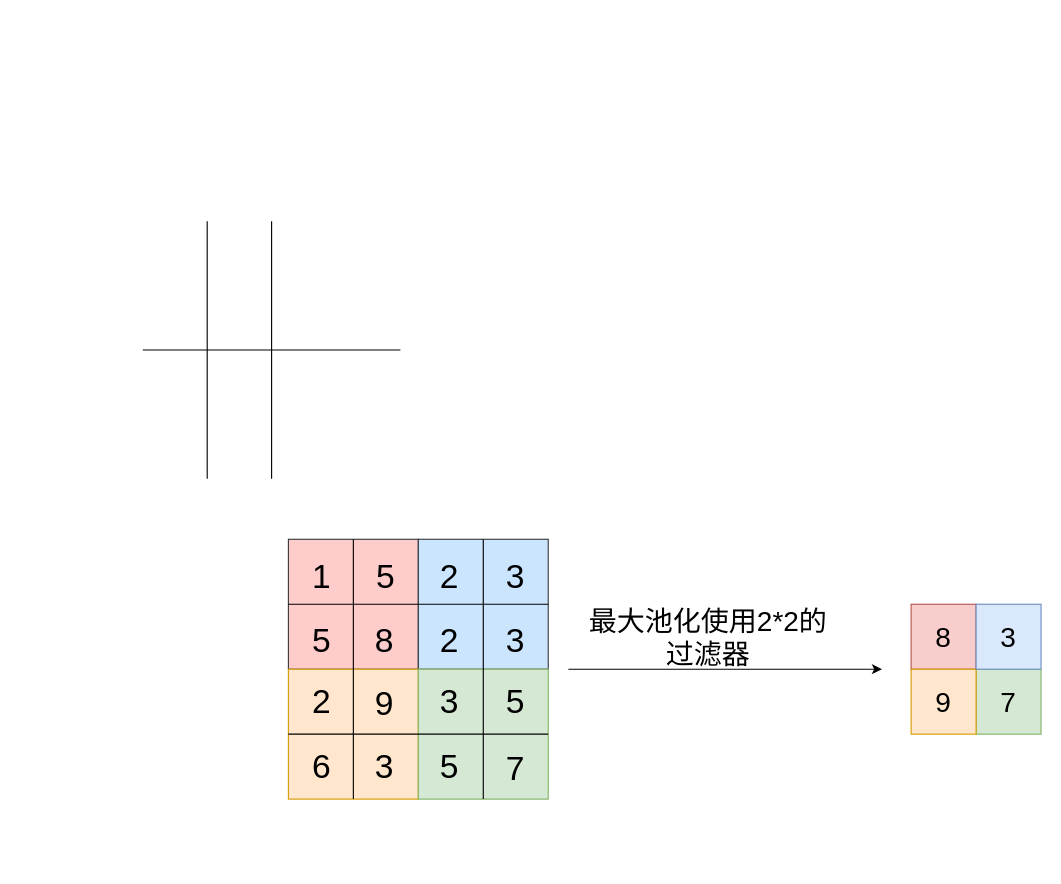
The draw.io diagram 池化.drawio in ByronGe/ff, before the edit. Source tidied: cells renumbered, new cells numbered last; positions are measured from the earlier drawing's top-left corner, leaving out a move shared by most shapes. Both pictures are drawn from the tidied source at 112%, with x=0, y=0 at pixel (142, 221).
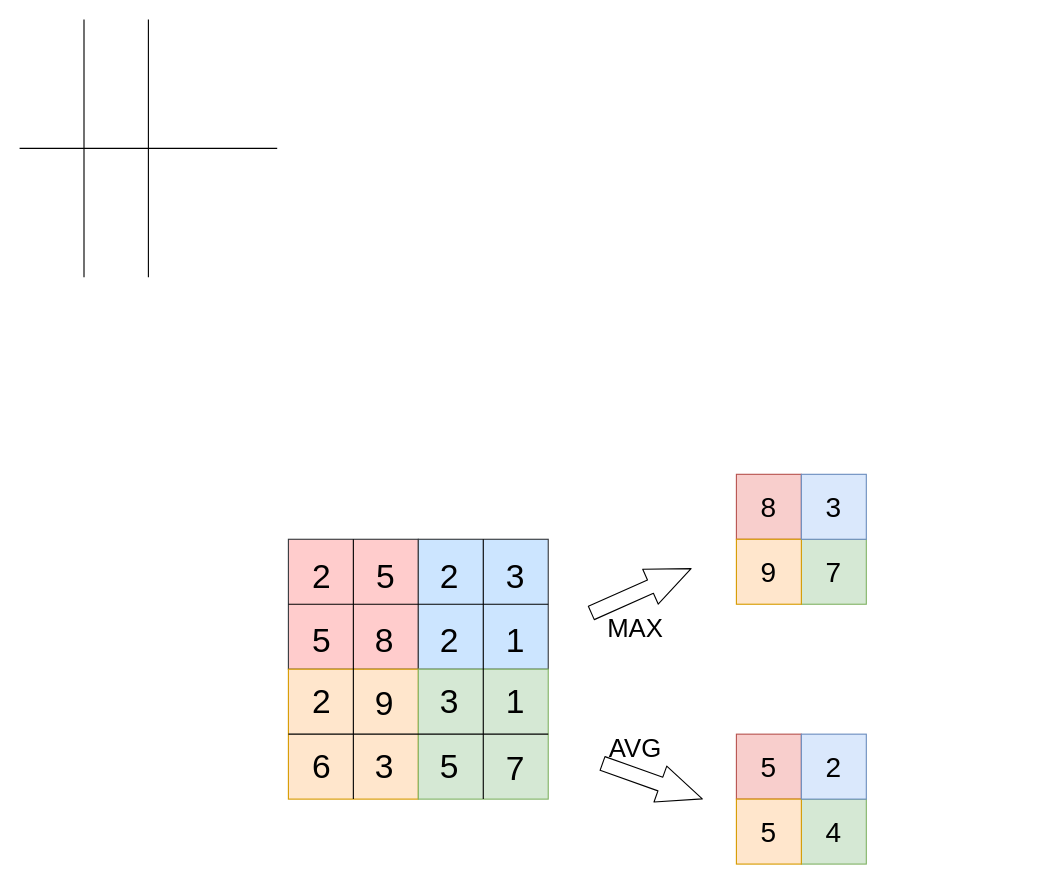
The same diagram, later.

What changed in the source:
```diff
@@
     <mxCell id="2" style="endArrow=none;html=1;exitX=0;exitY=0.5;exitDx=0;exitDy=0;entryX=1;entryY=0.5;entryDx=0;entryDy=0;" parent="1" edge="1">
       <mxGeometry relative="1" as="geometry">
-        <mxPoint y="115" as="sourcePoint" />
-        <mxPoint x="230" y="115" as="targetPoint" />
+        <mxPoint x="-110" y="-65" as="sourcePoint" />
+        <mxPoint x="120" y="-65" as="targetPoint" />
       </mxGeometry>
     </mxCell>
     <mxCell id="3" style="endArrow=none;html=1;exitX=0.5;exitY=0;exitDx=0;exitDy=0;entryX=0.5;entryY=1;entryDx=0;entryDy=0;" parent="1" edge="1">
       <mxGeometry relative="1" as="geometry">
-        <mxPoint x="115" as="sourcePoint" />
-        <mxPoint x="115" y="230" as="targetPoint" />
+        <mxPoint x="5" y="-180" as="sourcePoint" />
+        <mxPoint x="5" y="50" as="targetPoint" />
       </mxGeometry>
     </mxCell>
     <mxCell id="4" style="endArrow=none;html=1;entryX=0.25;entryY=1;entryDx=0;entryDy=0;exitX=0.25;exitY=0;exitDx=0;exitDy=0;" parent="1" edge="1">
       <mxGeometry relative="1" as="geometry">
-        <mxPoint x="57.5" as="sourcePoint" />
-        <mxPoint x="57.5" y="230" as="targetPoint" />
+        <mxPoint x="-52.5" y="-180" as="sourcePoint" />
+        <mxPoint x="-52.5" y="50" as="targetPoint" />
       </mxGeometry>
     </mxCell>
@@
     <mxCell id="13" value="8" style="whiteSpace=wrap;html=1;fillColor=#f8cecc;strokeColor=#b85450;fontSize=25;" parent="1" vertex="1">
-      <mxGeometry x="686" y="342" width="58" height="58" as="geometry" />
+      <mxGeometry x="530" y="226" width="58" height="58" as="geometry" />
     </mxCell>
     <mxCell id="14" value="7" style="whiteSpace=wrap;html=1;fillColor=#d5e8d4;strokeColor=#82b366;fontSize=25;" parent="1" vertex="1">
-      <mxGeometry x="744" y="400" width="58" height="58" as="geometry" />
+      <mxGeometry x="588" y="284" width="58" height="58" as="geometry" />
     </mxCell>
     <mxCell id="15" value="9" style="whiteSpace=wrap;html=1;fillColor=#ffe6cc;strokeColor=#d79b00;fontSize=25;" parent="1" vertex="1">
-      <mxGeometry x="686" y="400" width="58" height="58" as="geometry" />
+      <mxGeometry x="530" y="284" width="58" height="58" as="geometry" />
     </mxCell>
     <mxCell id="16" value="3" style="whiteSpace=wrap;html=1;fillColor=#dae8fc;strokeColor=#6c8ebf;fontSize=25;" parent="1" vertex="1">
-      <mxGeometry x="744" y="342" width="58" height="58" as="geometry" />
+      <mxGeometry x="588" y="226" width="58" height="58" as="geometry" />
     </mxCell>
-    <mxCell id="17" value="&lt;font style=&quot;font-size: 30px&quot;&gt;1&lt;/font&gt;" style="text;html=1;strokeColor=none;fillColor=none;align=center;verticalAlign=middle;whiteSpace=wrap;rounded=0;" parent="1" vertex="1">
+    <mxCell id="17" value="&lt;font style=&quot;font-size: 30px&quot;&gt;2&lt;/font&gt;" style="text;html=1;strokeColor=none;fillColor=none;align=center;verticalAlign=middle;whiteSpace=wrap;rounded=0;" parent="1" vertex="1">
       <mxGeometry x="140" y="300" width="40" height="34" as="geometry" />
     </mxCell>
@@
-    <mxCell id="27" value="&lt;font style=&quot;font-size: 30px&quot;&gt;5&lt;/font&gt;" style="text;html=1;strokeColor=none;fillColor=none;align=center;verticalAlign=middle;whiteSpace=wrap;rounded=0;" parent="1" vertex="1">
+    <mxCell id="27" value="&lt;font style=&quot;font-size: 30px&quot;&gt;1&lt;/font&gt;" style="text;html=1;strokeColor=none;fillColor=none;align=center;verticalAlign=middle;whiteSpace=wrap;rounded=0;" parent="1" vertex="1">
       <mxGeometry x="313" y="412" width="40" height="34" as="geometry" />
     </mxCell>
@@
-    <mxCell id="32" value="&lt;font style=&quot;font-size: 30px&quot;&gt;3&lt;/font&gt;" style="text;html=1;strokeColor=none;fillColor=none;align=center;verticalAlign=middle;whiteSpace=wrap;rounded=0;" parent="1" vertex="1">
+    <mxCell id="32" value="&lt;font style=&quot;font-size: 30px&quot;&gt;1&lt;/font&gt;" style="text;html=1;strokeColor=none;fillColor=none;align=center;verticalAlign=middle;whiteSpace=wrap;rounded=0;" parent="1" vertex="1">
       <mxGeometry x="313" y="357" width="40" height="34" as="geometry" />
     </mxCell>
-    <mxCell id="33" style="endArrow=classic;html=1;fontSize=25;" parent="1" edge="1">
-      <mxGeometry relative="1" as="geometry">
-        <mxPoint x="380" y="400" as="sourcePoint" />
-        <mxPoint x="660" y="400" as="targetPoint" />
-      </mxGeometry>
-    </mxCell>
-    <mxCell id="34" value="最大池化使用2*2的&lt;br&gt;过滤器" style="text;html=1;strokeColor=none;fillColor=none;align=center;verticalAlign=middle;whiteSpace=wrap;rounded=0;fontSize=25;" parent="1" vertex="1">
-      <mxGeometry x="370" y="363" width="270" height="16" as="geometry" />
-    </mxCell>
-    <mxCell id="35" style="edgeStyle=orthogonalEdgeStyle;rounded=0;orthogonalLoop=1;jettySize=auto;html=1;exitX=0.5;exitY=1;exitDx=0;exitDy=0;fontSize=25;" parent="1" edge="1" source="34" target="34">
-      <mxGeometry relative="1" as="geometry" />
-    </mxCell>
+    <mxCell id="36" value="5" style="whiteSpace=wrap;html=1;fillColor=#f8cecc;strokeColor=#b85450;fontSize=25;" parent="1" vertex="1">
+      <mxGeometry x="530" y="458" width="58" height="58" as="geometry" />
+    </mxCell>
+    <mxCell id="37" value="4" style="whiteSpace=wrap;html=1;fillColor=#d5e8d4;strokeColor=#82b366;fontSize=25;" parent="1" vertex="1">
+      <mxGeometry x="588" y="516" width="58" height="58" as="geometry" />
+    </mxCell>
+    <mxCell id="38" value="5" style="whiteSpace=wrap;html=1;fillColor=#ffe6cc;strokeColor=#d79b00;fontSize=25;" parent="1" vertex="1">
+      <mxGeometry x="530" y="516" width="58" height="58" as="geometry" />
+    </mxCell>
+    <mxCell id="39" value="2" style="whiteSpace=wrap;html=1;fillColor=#dae8fc;strokeColor=#6c8ebf;fontSize=25;" parent="1" vertex="1">
+      <mxGeometry x="588" y="458" width="58" height="58" as="geometry" />
+    </mxCell>
+    <mxCell id="40" style="shape=flexArrow;endArrow=classic;html=1;width=13;endSize=12.9;" parent="1" edge="1">
+      <mxGeometry relative="1" as="geometry">
+        <mxPoint x="400" y="350" as="sourcePoint" />
+        <mxPoint x="490" y="310" as="targetPoint" />
+      </mxGeometry>
+    </mxCell>
+    <mxCell id="41" style="shape=flexArrow;endArrow=classic;html=1;width=13;endSize=12.9;" parent="1" edge="1">
+      <mxGeometry relative="1" as="geometry">
+        <mxPoint x="410" y="484" as="sourcePoint" />
+        <mxPoint x="500" y="516" as="targetPoint" />
+      </mxGeometry>
+    </mxCell>
+    <mxCell id="42" value="MAX" style="text;html=1;strokeColor=none;fillColor=none;align=center;verticalAlign=middle;whiteSpace=wrap;rounded=0;fontSize=23;" parent="1" vertex="1">
+      <mxGeometry x="420" y="354" width="40" height="20" as="geometry" />
+    </mxCell>
+    <mxCell id="43" value="AVG" style="text;html=1;strokeColor=none;fillColor=none;align=center;verticalAlign=middle;whiteSpace=wrap;rounded=0;fontSize=23;" parent="1" vertex="1">
+      <mxGeometry x="420" y="461" width="40" height="20" as="geometry" />
+    </mxCell>
```
